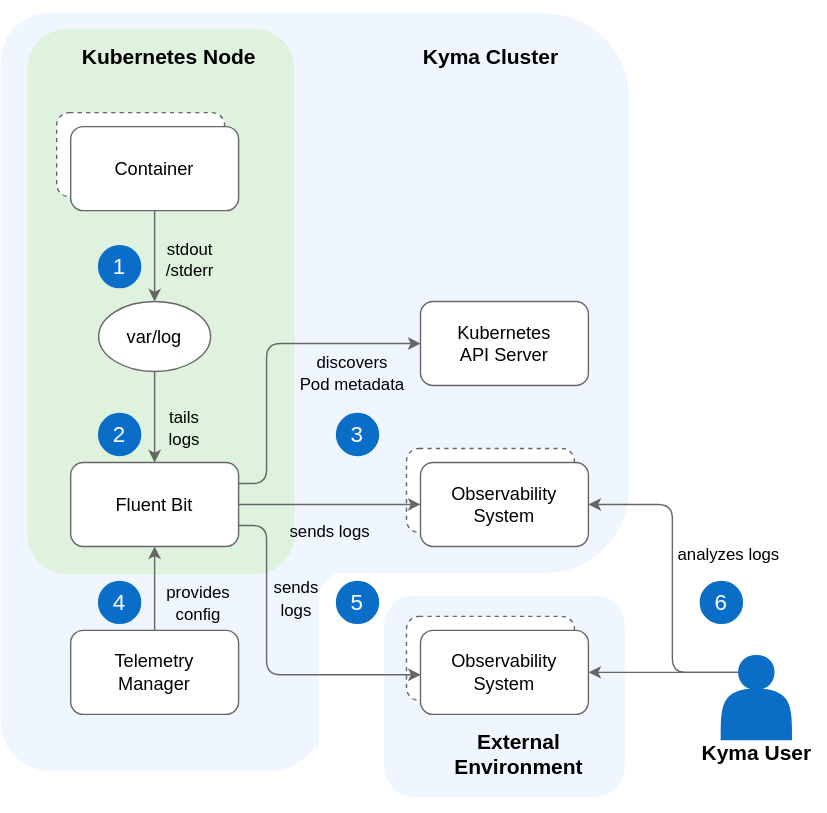
Earlier version of the draw.io export docs/user/assets/logs-arch.drawio.svg (kyma-project/telemetry-manager). Source tidied: cells renumbered, new cells last; positions are measured from the earlier drawing's top-left corner, leaving out a move shared by most shapes.
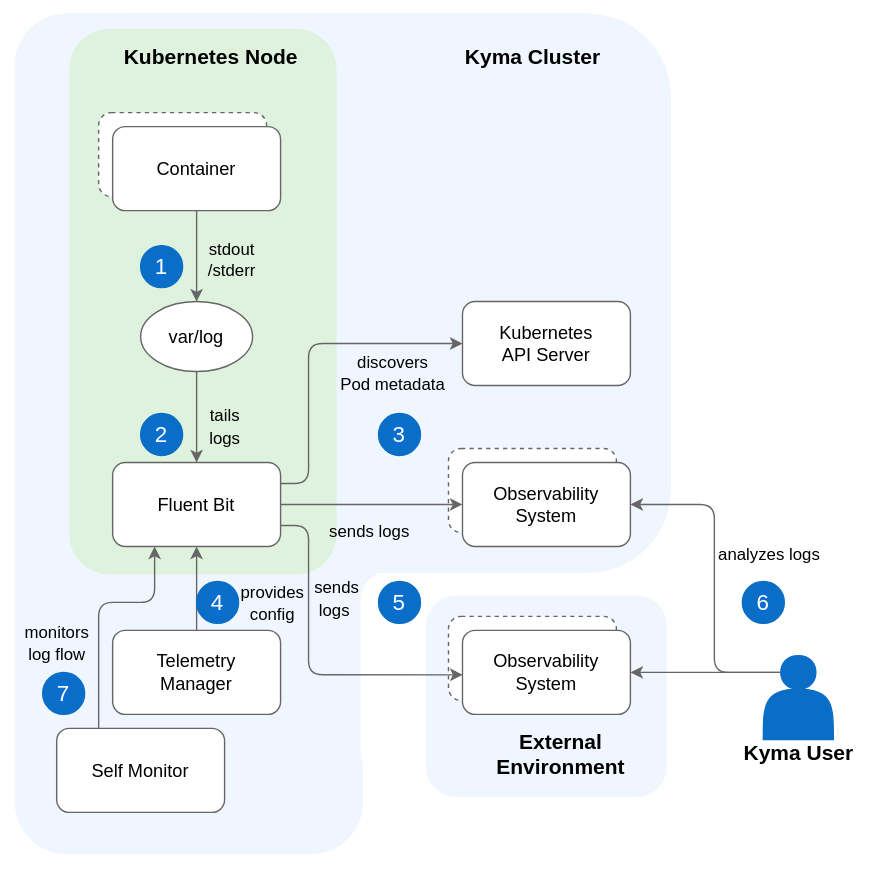
The same file after the commit.

Commit message:
docs: Add self-monitor to architecture figures

The edit, as a diff of the source:
```diff
@@ -3,13 +3,13 @@
     <mxCell id="0" />
     <mxCell id="1" parent="0" />
     <mxCell id="2" style="rounded=0;whiteSpace=wrap;html=1;strokeColor=none;fillColor=#FFFFFF;" parent="1" vertex="1">
-      <mxGeometry width="590" height="580" as="geometry" />
+      <mxGeometry x="-30" width="620" height="620" as="geometry" />
     </mxCell>
     <mxCell id="3" style="rounded=1;whiteSpace=wrap;html=1;strokeColor=none;fillColor=#F0F6FF;" parent="1" vertex="1">
       <mxGeometry x="219" y="402.5" width="118.7" height="135" as="geometry" />
     </mxCell>
     <mxCell id="4" style="rounded=1;whiteSpace=wrap;html=1;strokeColor=none;fillColor=#F0F6FF;" parent="1" vertex="1">
-      <mxGeometry y="9" width="229" height="541" as="geometry" />
+      <mxGeometry x="-20" y="9" width="249" height="601" as="geometry" />
     </mxCell>
     <mxCell id="5" style="rounded=1;whiteSpace=wrap;html=1;strokeColor=none;" parent="1" vertex="1">
       <mxGeometry x="227.2" y="407.5" width="138.3" height="150" as="geometry" />
@@ -71,7 +71,7 @@
     </mxCell>
     <mxCell id="22" value="&lt;font style=&quot;font-size: 12px&quot;&gt;provides&lt;br&gt;config&lt;br&gt;&lt;/font&gt;" style="text;html=1;align=center;verticalAlign=middle;labelBackgroundColor=none;fontSize=13;" parent="21" vertex="1">
       <mxGeometry x="-0.24" y="2" relative="1" as="geometry">
-        <mxPoint x="32" y="2" as="offset" />
+        <mxPoint x="56" y="3" as="offset" />
       </mxGeometry>
     </mxCell>
     <mxCell id="23" style="edgeStyle=orthogonalEdgeStyle;rounded=1;jettySize=auto;html=1;startArrow=none;startFill=0;endArrow=classic;endFill=1;exitX=0.5;exitY=1;exitDx=0;exitDy=0;strokeColor=#666666;entryX=0.5;entryY=0;entryDx=0;entryDy=0;" parent="1" edge="1" source="10" target="13">
@@ -92,7 +92,7 @@
       <mxGeometry x="50" y="450" width="120" height="60" as="geometry" />
     </mxCell>
     <mxCell id="28" value="&lt;font style=&quot;font-size: 16px&quot;&gt;4&lt;/font&gt;" style="ellipse;whiteSpace=wrap;html=1;labelBackgroundColor=#0A6ED1;fontColor=#FFFFFF;fillColor=#0A6EC7;strokeColor=#0A6EC7;" parent="1" vertex="1">
-      <mxGeometry x="70" y="415" width="30" height="30" as="geometry" />
+      <mxGeometry x="110" y="415" width="30" height="30" as="geometry" />
     </mxCell>
     <mxCell id="29" style="rounded=1;whiteSpace=wrap;html=1;strokeColor=none;fillColor=#F0F6FF;" parent="1" vertex="1">
       <mxGeometry x="274" y="425" width="172" height="144" as="geometry" />
@@ -164,5 +164,24 @@
         </Array>
       </mxGeometry>
     </mxCell>
+    <mxCell id="46" value="Self Monitor" style="rounded=1;whiteSpace=wrap;html=1;fontSize=13;strokeColor=#666666;" parent="1" vertex="1">
+      <mxGeometry x="10" y="520" width="120" height="60" as="geometry" />
+    </mxCell>
+    <mxCell id="47" style="edgeStyle=orthogonalEdgeStyle;rounded=1;jettySize=auto;html=1;startArrow=none;startFill=0;endArrow=classic;endFill=1;exitX=0.25;exitY=0;exitDx=0;exitDy=0;strokeColor=#666666;entryX=0.25;entryY=1;entryDx=0;entryDy=0;" parent="1" edge="1" source="46" target="13">
+      <mxGeometry relative="1" as="geometry">
+        <Array as="points">
+          <mxPoint x="40" y="430" />
+          <mxPoint x="80" y="430" />
+        </Array>
+      </mxGeometry>
+    </mxCell>
+    <mxCell id="48" value="&lt;font style=&quot;font-size: 12px&quot;&gt;monitors&lt;br&gt;log flow&lt;br&gt;&lt;/font&gt;" style="text;html=1;align=center;verticalAlign=middle;labelBackgroundColor=none;fontSize=13;" parent="1" vertex="1">
+      <mxGeometry x="140" y="430" as="geometry">
+        <mxPoint x="-130" y="29" as="offset" />
+      </mxGeometry>
+    </mxCell>
+    <mxCell id="49" value="&lt;font style=&quot;font-size: 16px&quot;&gt;7&lt;/font&gt;" style="ellipse;whiteSpace=wrap;html=1;labelBackgroundColor=#0A6ED1;fontColor=#FFFFFF;fillColor=#0A6EC7;strokeColor=#0A6EC7;" parent="1" vertex="1">
+      <mxGeometry y="480" width="30" height="30" as="geometry" />
+    </mxCell>
   </root>
 </mxGraphModel>
```
